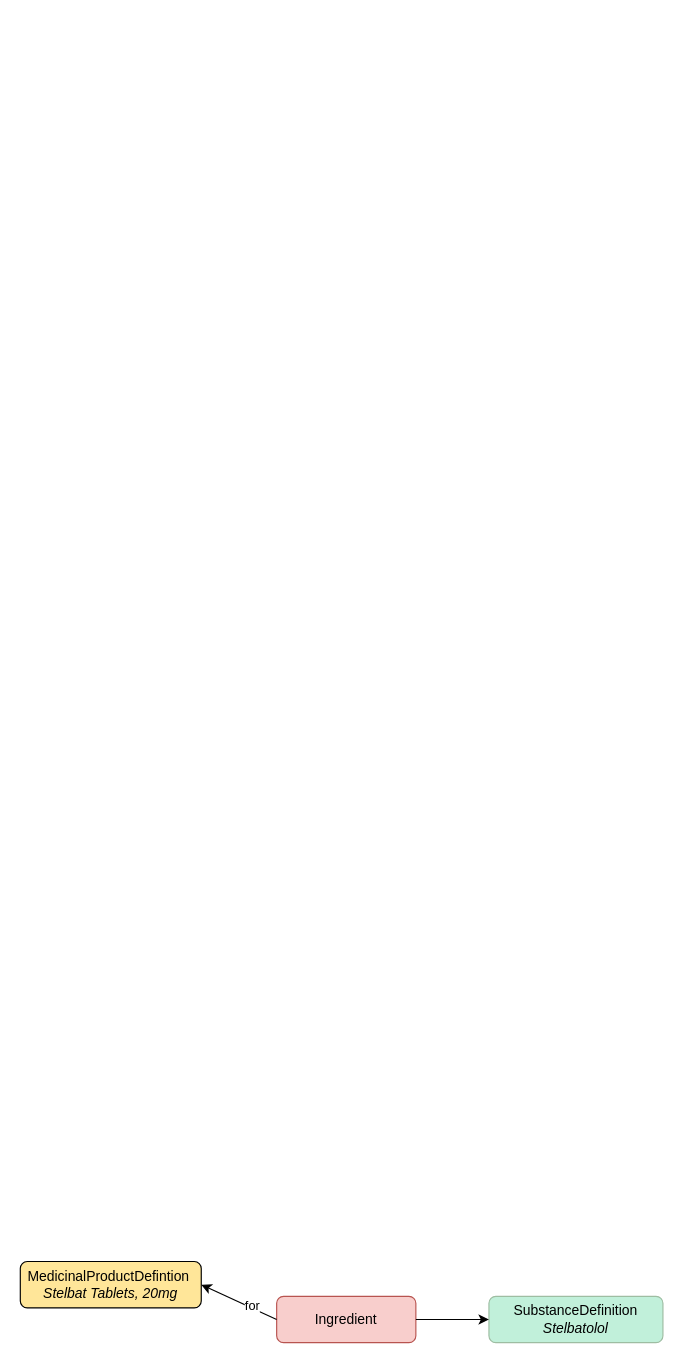
HL7/uv-dx-pq keeps this draw.io diagram as input/images-source/identification_FHIR_resources.drawio. Above is the earlier version. Source tidied: cells renumbered, new cells numbered last; positions are measured from the earlier drawing's top-left corner, leaving out a move shared by most shapes. Both pictures are drawn from the tidied source at 116%, with x=0, y=0 at pixel (20, 1261).
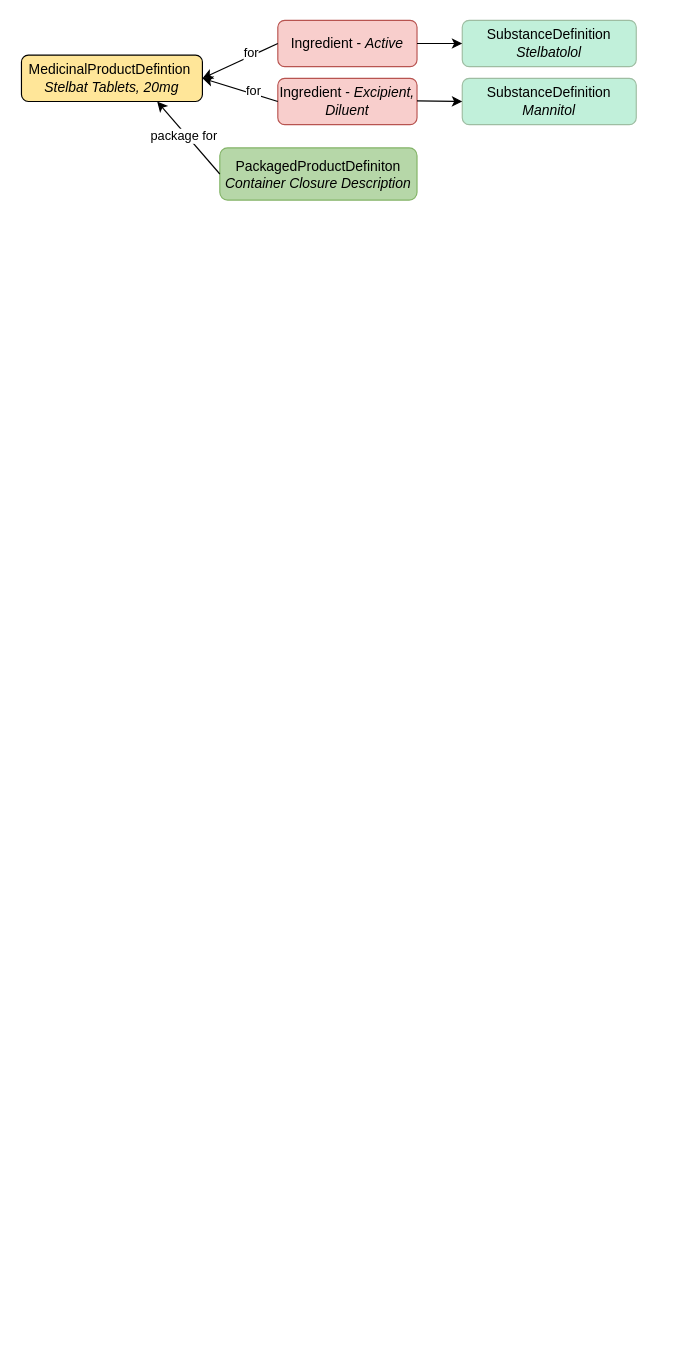
The same page after the edit.

Commit message (it also covers changes not shown here):
updated to show multiple ingredients and basics of packaging

The edit, as a diff of the source:
```diff
@@
 <mxGraphModel>
   <root>
     <mxCell id="0" />
     <mxCell id="1" parent="0" />
     <mxCell id="2" value="MedicinalProductDefintion&amp;nbsp;&lt;br&gt;&lt;i style=&quot;border-color: var(--border-color);&quot;&gt;Stelbat Tablets, 20mg&lt;/i&gt;" style="rounded=1;whiteSpace=wrap;html=1;fontSize=12;glass=0;strokeWidth=1;shadow=0;fillColor=#ffe699;" parent="1" vertex="1">
-      <mxGeometry width="156" height="40" as="geometry" />
+      <mxGeometry x="1" y="-1040" width="156" height="40" as="geometry" />
     </mxCell>
-    <mxCell id="3" value="Ingredient" style="rounded=1;whiteSpace=wrap;html=1;fontSize=12;glass=0;strokeWidth=1;shadow=0;fillColor=#f8cecc;strokeColor=#b85450;" parent="1" vertex="1">
-      <mxGeometry x="221" y="30" width="120" height="40" as="geometry" />
+    <mxCell id="3" value="Ingredient - &lt;i&gt;Active&lt;/i&gt;" style="rounded=1;whiteSpace=wrap;html=1;fontSize=12;glass=0;strokeWidth=1;shadow=0;fillColor=#f8cecc;strokeColor=#b85450;" parent="1" vertex="1">
+      <mxGeometry x="222" y="-1070" width="120" height="40" as="geometry" />
     </mxCell>
     <mxCell id="4" value="for" style="endArrow=classic;html=1;rounded=0;exitX=0;exitY=0.5;exitDx=0;exitDy=0;entryX=1;entryY=0.5;entryDx=0;entryDy=0;" parent="1" edge="1" source="3" target="2">
       <mxGeometry x="-0.33" y="-2" relative="1" as="geometry" />
     </mxCell>
     <mxCell id="5" value="SubstanceDefinition&lt;br&gt;&lt;i style=&quot;border-color: var(--border-color);&quot;&gt;Stelbatolol&lt;/i&gt;" style="rounded=1;whiteSpace=wrap;html=1;fontSize=12;glass=0;strokeWidth=1;shadow=0;fillColor=#c1f0da;strokeColor=#9ebda2;" parent="1" vertex="1">
-      <mxGeometry x="404" y="30" width="150" height="40" as="geometry" />
+      <mxGeometry x="381" y="-1070" width="150" height="40" as="geometry" />
     </mxCell>
     <mxCell id="6" style="endArrow=classic;html=1;rounded=0;exitX=1;exitY=0.5;exitDx=0;exitDy=0;entryX=0;entryY=0.5;entryDx=0;entryDy=0;" parent="1" edge="1" source="3" target="5">
       <mxGeometry x="-0.33" y="-2" relative="1" as="geometry" />
     </mxCell>
+    <mxCell id="7" value="Ingredient - &lt;i&gt;Excipient, Diluent&lt;/i&gt;" style="rounded=1;whiteSpace=wrap;html=1;fontSize=12;glass=0;strokeWidth=1;shadow=0;fillColor=#f8cecc;strokeColor=#b85450;" parent="1" vertex="1">
+      <mxGeometry x="222" y="-1020" width="120" height="40" as="geometry" />
+    </mxCell>
+    <mxCell id="8" value="SubstanceDefinition&lt;br&gt;&lt;i style=&quot;border-color: var(--border-color);&quot;&gt;Mannitol&lt;/i&gt;" style="rounded=1;whiteSpace=wrap;html=1;fontSize=12;glass=0;strokeWidth=1;shadow=0;fillColor=#c1f0da;strokeColor=#9ebda2;" parent="1" vertex="1">
+      <mxGeometry x="381" y="-1020" width="150" height="40" as="geometry" />
+    </mxCell>
+    <mxCell id="9" style="endArrow=classic;html=1;rounded=0;exitX=1;exitY=0.5;exitDx=0;exitDy=0;" parent="1" edge="1">
+      <mxGeometry x="-0.33" y="-2" relative="1" as="geometry">
+        <mxPoint x="342" y="-1000.5" as="sourcePoint" />
+        <mxPoint x="381" y="-1000" as="targetPoint" />
+      </mxGeometry>
+    </mxCell>
+    <mxCell id="10" value="for" style="endArrow=classic;html=1;rounded=0;exitX=0;exitY=0.5;exitDx=0;exitDy=0;entryX=1;entryY=0.5;entryDx=0;entryDy=0;" parent="1" edge="1" source="7" target="2">
+      <mxGeometry x="-0.33" y="-2" relative="1" as="geometry" />
+    </mxCell>
+    <mxCell id="11" value="PackagedProductDefiniton&lt;br&gt;&lt;i&gt;Container Closure Description&lt;/i&gt;" style="rounded=1;whiteSpace=wrap;html=1;fontSize=12;glass=0;strokeWidth=1;shadow=0;fillColor=#b6d7a8;strokeColor=#82b366;" parent="1" vertex="1">
+      <mxGeometry x="172" y="-960" width="170" height="45" as="geometry" />
+    </mxCell>
+    <mxCell id="12" value="package for" style="endArrow=classic;html=1;rounded=0;exitX=0;exitY=0.5;exitDx=0;exitDy=0;entryX=0.75;entryY=1;entryDx=0;entryDy=0;" parent="1" edge="1" source="11" target="2">
+      <mxGeometry x="0.09" y="2" relative="1" as="geometry" />
+    </mxCell>
   </root>
 </mxGraphModel>
```
